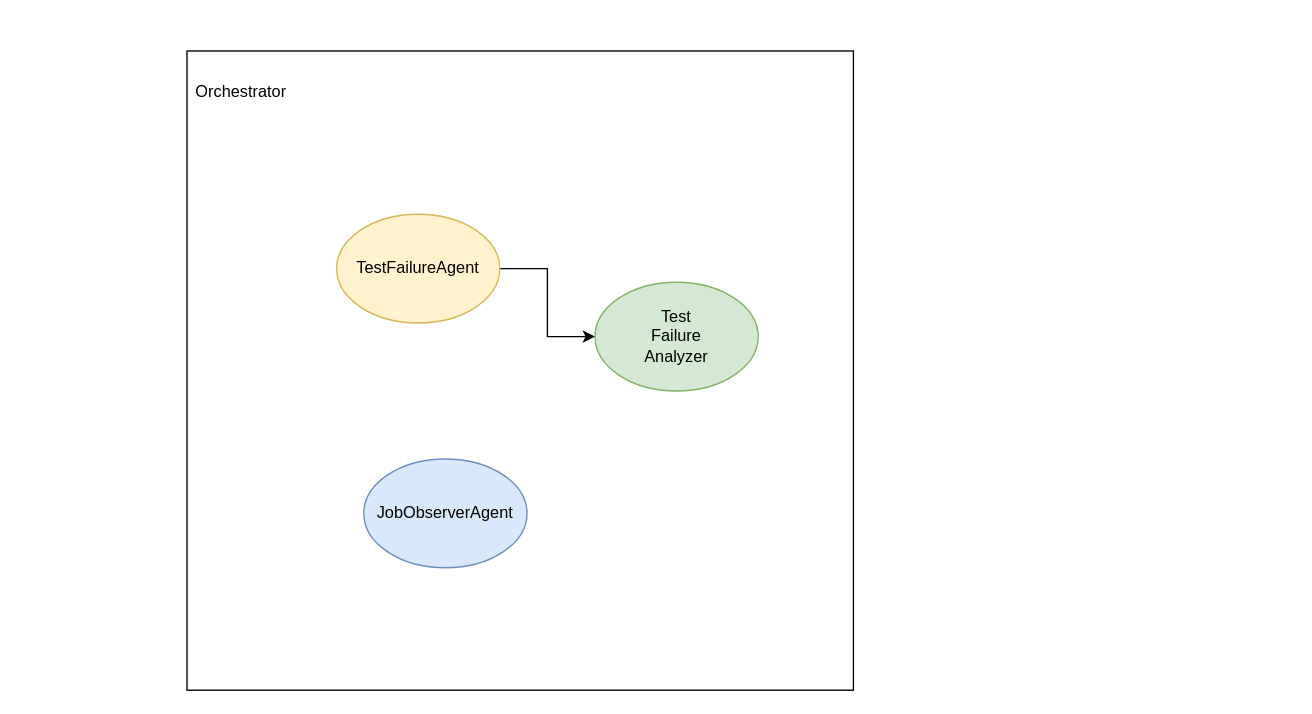
plainionist/Plainion.DrawVista keeps this draw.io diagram as page "orchestrator" (2 of 4) of samples/sample.drawio. Above is the earlier version. Source tidied: cells renumbered, new cells numbered last; positions are measured from the earlier drawing's top-left corner, leaving out a move shared by most shapes. Both pictures are drawn from the tidied source at 136%, with x=0, y=0 at pixel (186, 50).
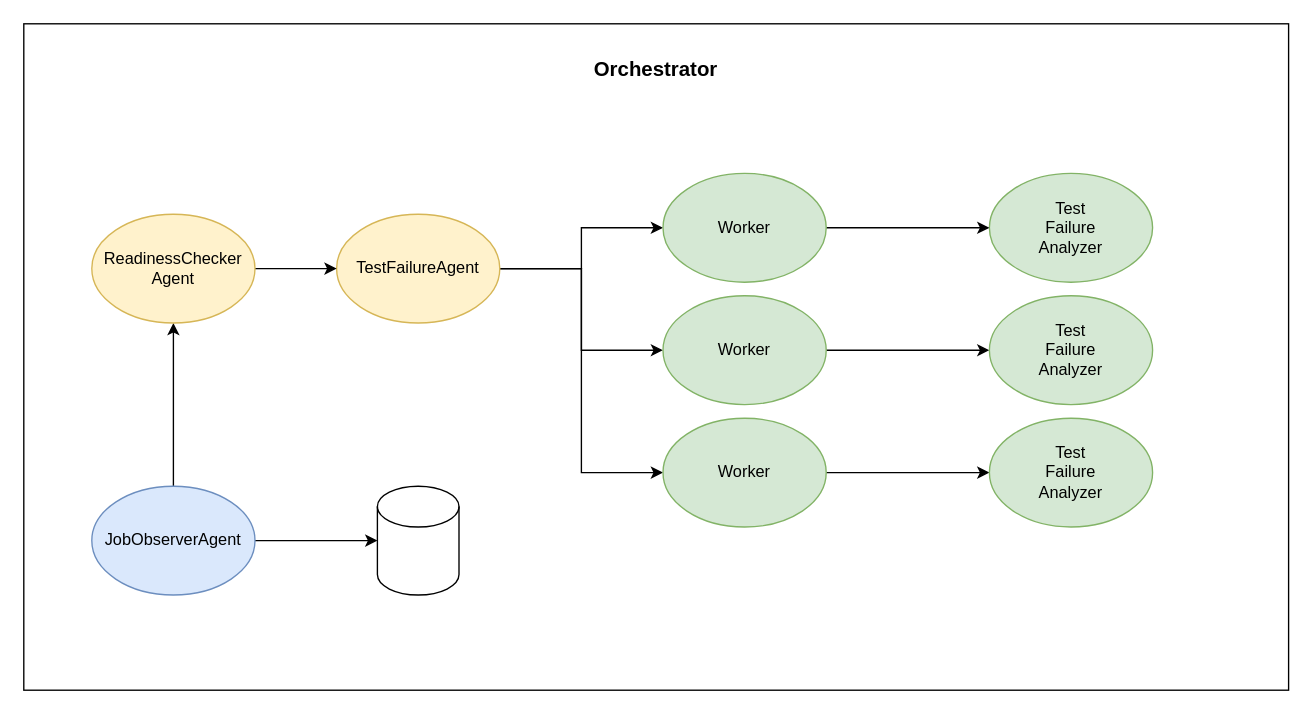
The same diagram, later.

Unchanged cells that the change refers to:
```xml
<mxCell id="6" value="TestFailureAgent" style="ellipse;whiteSpace=wrap;html=1;fillColor=#fff2cc;strokeColor=#d6b656;" parent="1" vertex="1">
  <mxGeometry x="110" y="120" width="120" height="80" as="geometry" />
</mxCell>
```

Diff of the diagram source:
```diff
@@
-    <mxCell id="2" style="rounded=0;whiteSpace=wrap;html=1;fillColor=none;" parent="1" vertex="1">
-      <mxGeometry width="490" height="470" as="geometry" />
+    <mxCell id="2" value="&lt;br&gt;Orchestrator" style="rounded=0;whiteSpace=wrap;html=1;fillColor=default;fontStyle=1;verticalAlign=top;fontSize=15;" parent="1" vertex="1">
+      <mxGeometry x="-120" y="-20" width="930" height="490" as="geometry" />
     </mxCell>
+    <mxCell id="8" style="edgeStyle=orthogonalEdgeStyle;rounded=0;jettySize=auto;html=1;entryX=0.5;entryY=1;entryDx=0;entryDy=0;" parent="1" edge="1" source="3" target="23">
+      <mxGeometry relative="1" as="geometry" />
+    </mxCell>
+    <mxCell id="9" style="edgeStyle=orthogonalEdgeStyle;rounded=0;jettySize=auto;html=1;entryX=0;entryY=0.5;entryDx=0;entryDy=0;entryPerimeter=0;fontSize=15;" parent="1" edge="1" source="3" target="21">
+      <mxGeometry relative="1" as="geometry" />
+    </mxCell>
     <mxCell id="3" value="JobObserverAgent" style="ellipse;whiteSpace=wrap;html=1;fillColor=#dae8fc;strokeColor=#6c8ebf;" parent="1" vertex="1">
-      <mxGeometry x="130" y="300" width="120" height="80" as="geometry" />
+      <mxGeometry x="-70" y="320" width="120" height="80" as="geometry" />
     </mxCell>
     <mxCell id="4" value="Test&lt;br&gt;Failure&lt;br&gt;Analyzer" style="ellipse;whiteSpace=wrap;html=1;fillColor=#d5e8d4;strokeColor=#82b366;" parent="1" vertex="1">
-      <mxGeometry x="300" y="170" width="120" height="80" as="geometry" />
+      <mxGeometry x="590" y="90" width="120" height="80" as="geometry" />
     </mxCell>
-    <mxCell id="5" style="edgeStyle=orthogonalEdgeStyle;rounded=0;jettySize=auto;html=1;entryX=0;entryY=0.5;entryDx=0;entryDy=0;" parent="1" edge="1" source="6" target="4">
-      <mxGeometry relative="1" as="geometry" />
-    </mxCell>
+    <mxCell id="10" style="edgeStyle=orthogonalEdgeStyle;rounded=0;jettySize=auto;html=1;exitX=1;exitY=0.5;exitDx=0;exitDy=0;entryX=0;entryY=0.5;entryDx=0;entryDy=0;fontSize=15;" parent="1" edge="1" source="6" target="14">
+      <mxGeometry relative="1" as="geometry" />
+    </mxCell>
+    <mxCell id="11" style="edgeStyle=orthogonalEdgeStyle;rounded=0;jettySize=auto;html=1;exitX=1;exitY=0.5;exitDx=0;exitDy=0;entryX=0;entryY=0.5;entryDx=0;entryDy=0;fontSize=15;" parent="1" edge="1" source="6" target="16">
+      <mxGeometry relative="1" as="geometry" />
+    </mxCell>
+    <mxCell id="12" style="edgeStyle=orthogonalEdgeStyle;rounded=0;jettySize=auto;html=1;exitX=1;exitY=0.5;exitDx=0;exitDy=0;entryX=0;entryY=0.5;entryDx=0;entryDy=0;fontSize=15;" parent="1" edge="1" source="6" target="18">
+      <mxGeometry relative="1" as="geometry" />
+    </mxCell>
@@
-    <mxCell id="7" value="Orchestrator" style="text;html=1;strokeColor=none;fillColor=none;align=center;verticalAlign=middle;whiteSpace=wrap;rounded=0;" parent="1" vertex="1">
-      <mxGeometry x="20" y="20" width="40" height="20" as="geometry" />
-    </mxCell>
+    <mxCell id="13" style="edgeStyle=orthogonalEdgeStyle;rounded=0;jettySize=auto;html=1;exitX=1;exitY=0.5;exitDx=0;exitDy=0;fontSize=15;" parent="1" edge="1" source="14" target="4">
+      <mxGeometry relative="1" as="geometry" />
+    </mxCell>
+    <mxCell id="14" value="Worker" style="ellipse;whiteSpace=wrap;html=1;fillColor=#d5e8d4;strokeColor=#82b366;" parent="1" vertex="1">
+      <mxGeometry x="350" y="90" width="120" height="80" as="geometry" />
+    </mxCell>
+    <mxCell id="15" style="edgeStyle=orthogonalEdgeStyle;rounded=0;jettySize=auto;html=1;entryX=0;entryY=0.5;entryDx=0;entryDy=0;fontSize=15;" parent="1" edge="1" source="16" target="19">
+      <mxGeometry relative="1" as="geometry" />
+    </mxCell>
+    <mxCell id="16" value="Worker" style="ellipse;whiteSpace=wrap;html=1;fillColor=#d5e8d4;strokeColor=#82b366;" parent="1" vertex="1">
+      <mxGeometry x="350" y="180" width="120" height="80" as="geometry" />
+    </mxCell>
+    <mxCell id="17" style="edgeStyle=orthogonalEdgeStyle;rounded=0;jettySize=auto;html=1;entryX=0;entryY=0.5;entryDx=0;entryDy=0;fontSize=15;" parent="1" edge="1" source="18" target="20">
+      <mxGeometry relative="1" as="geometry" />
+    </mxCell>
+    <mxCell id="18" value="Worker" style="ellipse;whiteSpace=wrap;html=1;fillColor=#d5e8d4;strokeColor=#82b366;" parent="1" vertex="1">
+      <mxGeometry x="350" y="270" width="120" height="80" as="geometry" />
+    </mxCell>
+    <mxCell id="19" value="Test&lt;br&gt;Failure&lt;br&gt;Analyzer" style="ellipse;whiteSpace=wrap;html=1;fillColor=#d5e8d4;strokeColor=#82b366;" parent="1" vertex="1">
+      <mxGeometry x="590" y="180" width="120" height="80" as="geometry" />
+    </mxCell>
+    <mxCell id="20" value="Test&lt;br&gt;Failure&lt;br&gt;Analyzer" style="ellipse;whiteSpace=wrap;html=1;fillColor=#d5e8d4;strokeColor=#82b366;" parent="1" vertex="1">
+      <mxGeometry x="590" y="270" width="120" height="80" as="geometry" />
+    </mxCell>
+    <mxCell id="21" style="shape=cylinder3;whiteSpace=wrap;html=1;boundedLbl=1;backgroundOutline=1;size=15;fontSize=15;fillColor=default;verticalAlign=top;" parent="1" vertex="1">
+      <mxGeometry x="140" y="320" width="60" height="80" as="geometry" />
+    </mxCell>
+    <mxCell id="22" style="edgeStyle=orthogonalEdgeStyle;rounded=0;jettySize=auto;html=1;entryX=0;entryY=0.5;entryDx=0;entryDy=0;fontSize=15;" parent="1" edge="1" source="23" target="6">
+      <mxGeometry relative="1" as="geometry" />
+    </mxCell>
+    <mxCell id="23" value="ReadinessChecker&lt;br&gt;Agent" style="ellipse;whiteSpace=wrap;html=1;fillColor=#fff2cc;strokeColor=#d6b656;" parent="1" vertex="1">
+      <mxGeometry x="-70" y="120" width="120" height="80" as="geometry" />
+    </mxCell>
```
